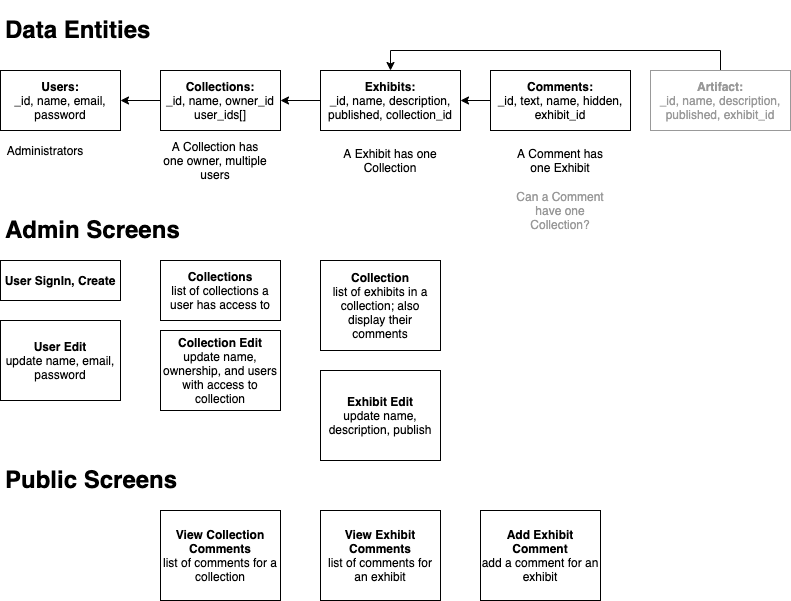
stellarjaydoc/architecture keeps this draw.io diagram as InteractiveExhibit-design.png. Above is the earlier version. Source tidied: cells renumbered, new cells last; positions are measured from the earlier drawing's top-left corner, leaving out a move shared by most shapes.
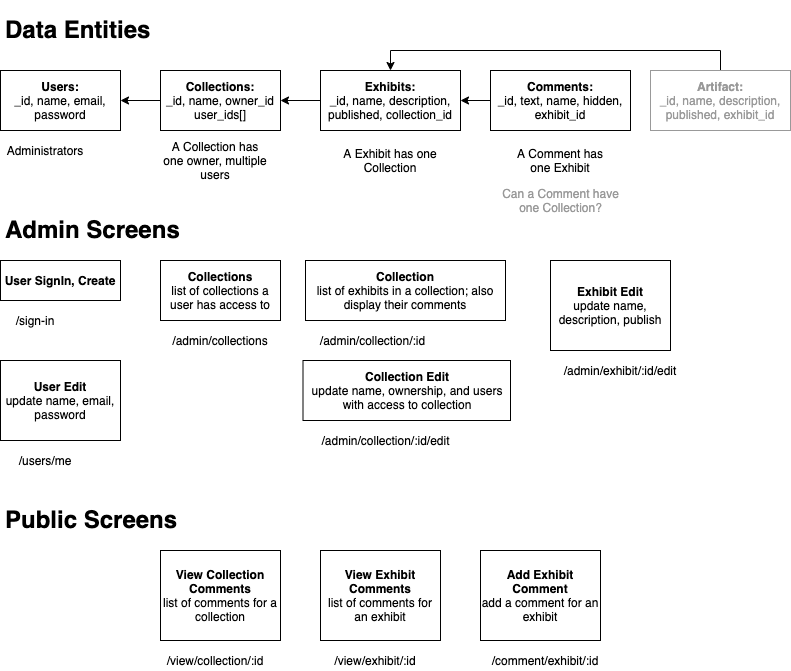
After the commit.

The edit, as a diff of the source:
```diff
@@ -48,31 +48,31 @@
       <mxGeometry x="160" y="250" width="120" height="60" as="geometry" />
     </mxCell>
     <mxCell id="17" value="&lt;b&gt;Collection Edit&lt;/b&gt;&lt;br&gt;update name, ownership, and users with access to collection" style="rounded=0;whiteSpace=wrap;html=1;" parent="1" vertex="1">
-      <mxGeometry x="160" y="320" width="120" height="80" as="geometry" />
+      <mxGeometry x="302.5" y="350" width="207.5" height="60" as="geometry" />
     </mxCell>
     <mxCell id="18" value="&lt;b&gt;User Edit&lt;/b&gt;&lt;br&gt;update name, email, password" style="rounded=0;whiteSpace=wrap;html=1;" parent="1" vertex="1">
-      <mxGeometry y="310" width="120" height="80" as="geometry" />
+      <mxGeometry y="350" width="120" height="80" as="geometry" />
     </mxCell>
     <mxCell id="19" value="&lt;b&gt;Collection&lt;/b&gt;&lt;br&gt;list of exhibits in a collection; also display their comments" style="rounded=0;whiteSpace=wrap;html=1;" parent="1" vertex="1">
-      <mxGeometry x="320" y="250" width="120" height="90" as="geometry" />
+      <mxGeometry x="305" y="250" width="200" height="60" as="geometry" />
     </mxCell>
     <mxCell id="20" value="&lt;b&gt;Exhibit Edit&lt;/b&gt;&lt;br&gt;update name, description, publish" style="rounded=0;whiteSpace=wrap;html=1;" parent="1" vertex="1">
-      <mxGeometry x="320" y="360" width="120" height="90" as="geometry" />
+      <mxGeometry x="550" y="250" width="120" height="90" as="geometry" />
     </mxCell>
     <mxCell id="21" value="&lt;h1&gt;Public Screens&lt;/h1&gt;&lt;div&gt;&lt;br&gt;&lt;/div&gt;" style="text;html=1;strokeColor=none;fillColor=none;spacing=5;spacingTop=-20;whiteSpace=wrap;overflow=hidden;rounded=0;" parent="1" vertex="1">
-      <mxGeometry y="450" width="190" height="40" as="geometry" />
+      <mxGeometry y="490" width="190" height="40" as="geometry" />
     </mxCell>
     <mxCell id="22" value="&lt;b&gt;View Collection Comments&lt;/b&gt;&lt;br&gt;list of comments for a collection" style="rounded=0;whiteSpace=wrap;html=1;" parent="1" vertex="1">
-      <mxGeometry x="160" y="500" width="120" height="90" as="geometry" />
+      <mxGeometry x="160" y="540" width="120" height="90" as="geometry" />
     </mxCell>
     <mxCell id="23" value="&lt;b&gt;View Exhibit Comments&lt;/b&gt;&lt;br&gt;list of comments for an exhibit" style="rounded=0;whiteSpace=wrap;html=1;" parent="1" vertex="1">
-      <mxGeometry x="320" y="500" width="120" height="90" as="geometry" />
+      <mxGeometry x="320" y="540" width="120" height="90" as="geometry" />
     </mxCell>
     <mxCell id="24" value="&lt;b&gt;Add Exhibit Comment&lt;/b&gt;&lt;br&gt;add a comment for an exhibit" style="rounded=0;whiteSpace=wrap;html=1;" parent="1" vertex="1">
-      <mxGeometry x="480" y="500" width="120" height="90" as="geometry" />
+      <mxGeometry x="480" y="540" width="120" height="90" as="geometry" />
     </mxCell>
     <mxCell id="25" value="Can a Comment have one Collection?" style="text;html=1;strokeColor=none;fillColor=none;align=center;verticalAlign=middle;whiteSpace=wrap;rounded=0;fontColor=#999999;" parent="1" vertex="1">
-      <mxGeometry x="505" y="190" width="110" height="20" as="geometry" />
+      <mxGeometry x="497.5" y="180" width="125" height="20" as="geometry" />
     </mxCell>
     <mxCell id="26" style="edgeStyle=orthogonalEdgeStyle;rounded=0;orthogonalLoop=1;jettySize=auto;html=1;exitX=0.5;exitY=1;exitDx=0;exitDy=0;" parent="1" edge="1" source="25" target="25">
       <mxGeometry relative="1" as="geometry" />
@@ -83,5 +83,32 @@
     <mxCell id="28" value="&lt;b&gt;Artifact:&lt;/b&gt;&lt;br&gt;_id, name, description, published, exhibit_id" style="rounded=0;whiteSpace=wrap;html=1;strokeColor=#999999;fontColor=#999999;" parent="1" vertex="1">
       <mxGeometry x="650" y="60" width="140" height="60" as="geometry" />
     </mxCell>
+    <mxCell id="29" value="&lt;font color=&quot;#000000&quot;&gt;/sign-in&lt;/font&gt;" style="text;html=1;strokeColor=none;fillColor=none;align=center;verticalAlign=middle;whiteSpace=wrap;rounded=0;fontColor=#999999;" parent="1" vertex="1">
+      <mxGeometry y="300" width="70" height="20" as="geometry" />
+    </mxCell>
+    <mxCell id="30" value="&lt;font color=&quot;#000000&quot;&gt;/admin/collections&lt;/font&gt;" style="text;html=1;strokeColor=none;fillColor=none;align=center;verticalAlign=middle;whiteSpace=wrap;rounded=0;fontColor=#999999;" parent="1" vertex="1">
+      <mxGeometry x="160" y="320" width="120" height="20" as="geometry" />
+    </mxCell>
+    <mxCell id="31" value="&lt;font color=&quot;#000000&quot;&gt;/admin/collection/:id&lt;/font&gt;" style="text;html=1;strokeColor=none;fillColor=none;align=center;verticalAlign=middle;whiteSpace=wrap;rounded=0;fontColor=#999999;" parent="1" vertex="1">
+      <mxGeometry x="305" y="320" width="135" height="20" as="geometry" />
+    </mxCell>
+    <mxCell id="32" value="&lt;font color=&quot;#000000&quot;&gt;/users/me&lt;/font&gt;" style="text;html=1;strokeColor=none;fillColor=none;align=center;verticalAlign=middle;whiteSpace=wrap;rounded=0;fontColor=#999999;" parent="1" vertex="1">
+      <mxGeometry x="10" y="440" width="70" height="20" as="geometry" />
+    </mxCell>
+    <mxCell id="33" value="&lt;font color=&quot;#000000&quot;&gt;/admin/collection/:id/edit&lt;/font&gt;" style="text;html=1;strokeColor=none;fillColor=none;align=center;verticalAlign=middle;whiteSpace=wrap;rounded=0;fontColor=#999999;" parent="1" vertex="1">
+      <mxGeometry x="303" y="420" width="165" height="20" as="geometry" />
+    </mxCell>
+    <mxCell id="34" value="&lt;font color=&quot;#000000&quot;&gt;/admin/exhibit/:id/edit&lt;/font&gt;" style="text;html=1;strokeColor=none;fillColor=none;align=center;verticalAlign=middle;whiteSpace=wrap;rounded=0;fontColor=#999999;" parent="1" vertex="1">
+      <mxGeometry x="550" y="350" width="140" height="20" as="geometry" />
+    </mxCell>
+    <mxCell id="35" value="&lt;font color=&quot;#000000&quot;&gt;/view/collection/:id&lt;/font&gt;" style="text;html=1;strokeColor=none;fillColor=none;align=center;verticalAlign=middle;whiteSpace=wrap;rounded=0;fontColor=#999999;" parent="1" vertex="1">
+      <mxGeometry x="160" y="640" width="110" height="20" as="geometry" />
+    </mxCell>
+    <mxCell id="36" value="&lt;font color=&quot;#000000&quot;&gt;/view/exhibit/:id&lt;/font&gt;" style="text;html=1;strokeColor=none;fillColor=none;align=center;verticalAlign=middle;whiteSpace=wrap;rounded=0;fontColor=#999999;" parent="1" vertex="1">
+      <mxGeometry x="320" y="640" width="110" height="20" as="geometry" />
+    </mxCell>
+    <mxCell id="37" value="&lt;font color=&quot;#000000&quot;&gt;/comment/exhibit/:id&lt;/font&gt;" style="text;html=1;strokeColor=none;fillColor=none;align=center;verticalAlign=middle;whiteSpace=wrap;rounded=0;fontColor=#999999;" parent="1" vertex="1">
+      <mxGeometry x="480" y="640" width="130" height="20" as="geometry" />
+    </mxCell>
   </root>
 </mxGraphModel>
```
